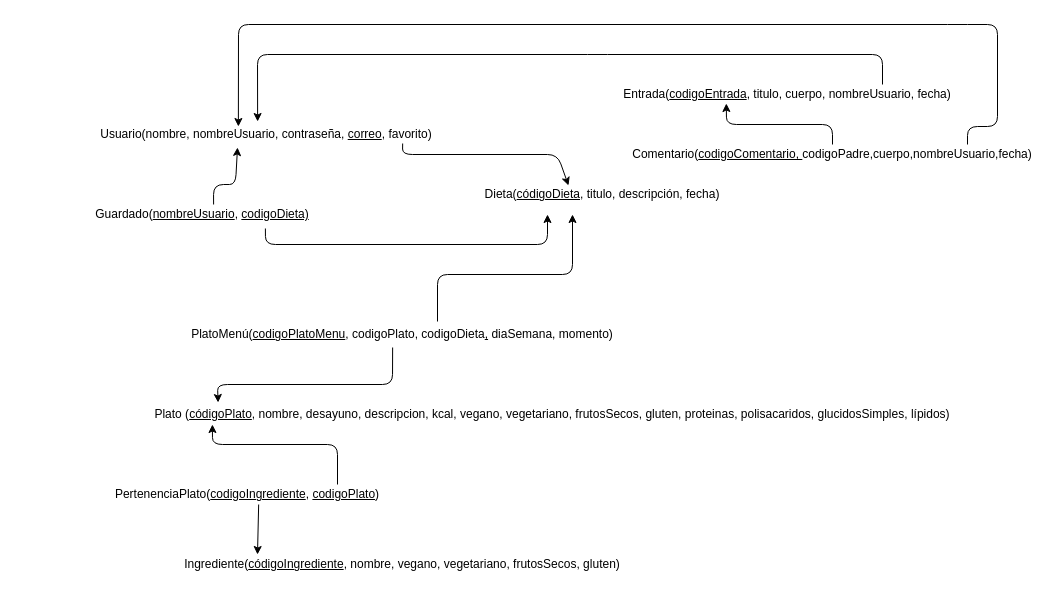
The draw.io diagram SoftwareEngineer/diagramaRelacional.drawio in HylianPablo/SSW2020, before the edit. Source tidied: cells renumbered, new cells numbered last; positions are measured from the earlier drawing's top-left corner, leaving out a move shared by most shapes. Both pictures are drawn from the tidied source at 100%, with x=0, y=0 at pixel (17, 24).
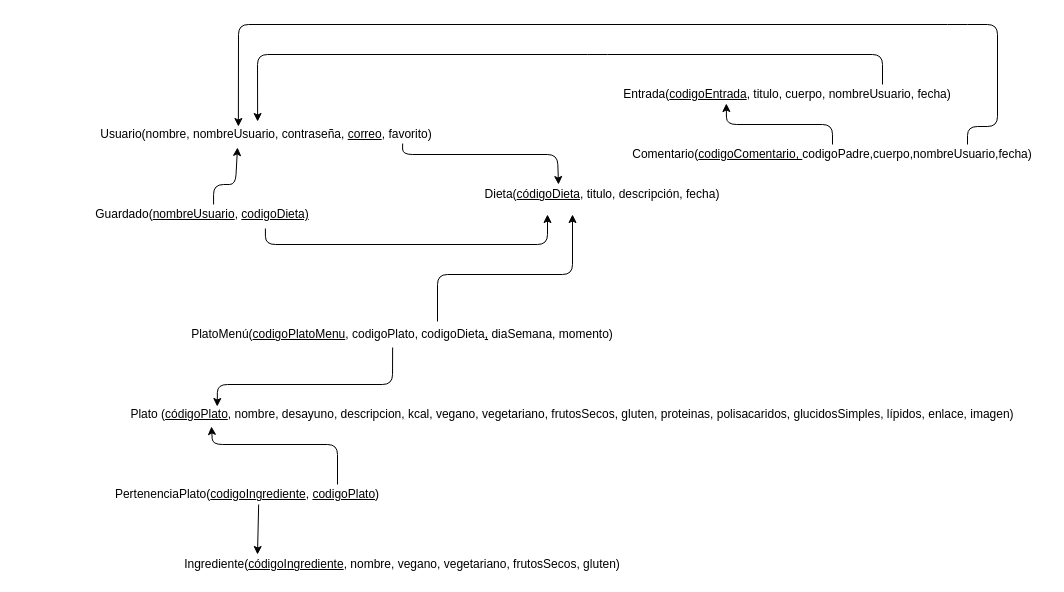
The same page after the edit.

Unchanged cells that the change refers to:
```xml
<mxCell id="2" value="Usuario(nombre, nombreUsuario, contraseña, &lt;u&gt;correo&lt;/u&gt;, favorito)" style="text;html=1;strokeColor=none;fillColor=none;align=center;verticalAlign=middle;whiteSpace=wrap;rounded=0;" parent="1" vertex="1">
  <mxGeometry x="64" y="100" width="370" height="20" as="geometry" />
</mxCell>
<mxCell id="5" value="Dieta(&lt;u&gt;códigoDieta&lt;/u&gt;, titulo, descripción, fecha)" style="text;html=1;strokeColor=none;fillColor=none;align=center;verticalAlign=middle;whiteSpace=wrap;rounded=0;" parent="1" vertex="1">
  <mxGeometry x="460" y="160" width="250" height="20" as="geometry" />
</mxCell>
<mxCell id="7" value="PertenenciaPlato(&lt;u&gt;codigoIngrediente&lt;/u&gt;, &lt;u&gt;codigoPlato&lt;/u&gt;)" style="text;html=1;strokeColor=none;fillColor=none;align=center;verticalAlign=middle;whiteSpace=wrap;rounded=0;" parent="1" vertex="1">
  <mxGeometry x="50" y="460" width="360" height="20" as="geometry" />
</mxCell>
<mxCell id="8" value="PlatoMenú(&lt;u&gt;codigoPlatoMenu&lt;/u&gt;,&amp;nbsp;codigoPlato, codigoDieta&lt;u&gt;,&lt;/u&gt;&amp;nbsp;diaSemana, momento)" style="text;html=1;strokeColor=none;fillColor=none;align=center;verticalAlign=middle;whiteSpace=wrap;rounded=0;" parent="1" vertex="1">
  <mxGeometry x="150" y="300" width="470" height="20" as="geometry" />
</mxCell>
```

Diff of the diagram source:
```diff
@@
-    <mxCell id="3" value="Plato (&lt;u&gt;códigoPlato&lt;/u&gt;, nombre, desayuno, descripcion, kcal, vegano, vegetariano, frutosSecos, gluten, proteinas, polisacaridos, glucidosSimples, lípidos)" style="text;html=1;strokeColor=none;fillColor=none;align=center;verticalAlign=middle;whiteSpace=wrap;rounded=0;" parent="1" vertex="1">
-      <mxGeometry x="60" y="380" width="950" height="20" as="geometry" />
+    <mxCell id="3" value="Plato (&lt;u&gt;códigoPlato&lt;/u&gt;, nombre, desayuno, descripcion, kcal, vegano, vegetariano, frutosSecos, gluten, proteinas, polisacaridos, glucidosSimples, lípidos, enlace, imagen)" style="text;html=1;strokeColor=none;fillColor=none;align=center;verticalAlign=middle;whiteSpace=wrap;rounded=0;" parent="1" vertex="1">
+      <mxGeometry x="80" y="380" width="950" height="20" as="geometry" />
     </mxCell>
@@
-    <mxCell id="11" style="endArrow=classic;html=1;entryX=0.148;entryY=-0.1;entryDx=0;entryDy=0;entryPerimeter=0;exitX=0.479;exitY=1.15;exitDx=0;exitDy=0;exitPerimeter=0;" parent="1" edge="1" source="8" target="3">
+    <mxCell id="11" style="endArrow=classic;html=1;entryX=0.126;entryY=0.1;entryDx=0;entryDy=0;entryPerimeter=0;exitX=0.479;exitY=1.15;exitDx=0;exitDy=0;exitPerimeter=0;" parent="1" edge="1" source="8" target="3">
       <mxGeometry relative="1" as="geometry">
         <Array as="points">
           <mxPoint x="375" y="360" />
           <mxPoint x="200" y="360" />
         </Array>
       </mxGeometry>
     </mxCell>
@@
-    <mxCell id="13" style="endArrow=classic;html=1;entryX=0.142;entryY=1;entryDx=0;entryDy=0;entryPerimeter=0;exitX=0.75;exitY=0;exitDx=0;exitDy=0;" parent="1" edge="1" source="7" target="3">
+    <mxCell id="13" style="endArrow=classic;html=1;entryX=0.12;entryY=1.1;entryDx=0;entryDy=0;entryPerimeter=0;exitX=0.75;exitY=0;exitDx=0;exitDy=0;" parent="1" edge="1" source="7" target="3">
       <mxGeometry relative="1" as="geometry">
         <Array as="points">
           <mxPoint x="320" y="420" />
           <mxPoint x="195" y="420" />
         </Array>
       </mxGeometry>
     </mxCell>
@@
-    <mxCell id="15" style="endArrow=classic;html=1;exitX=0.868;exitY=0.95;exitDx=0;exitDy=0;exitPerimeter=0;entryX=0.364;entryY=0.05;entryDx=0;entryDy=0;entryPerimeter=0;" parent="1" edge="1" source="2" target="5">
+    <mxCell id="15" style="endArrow=classic;html=1;exitX=0.868;exitY=0.95;exitDx=0;exitDy=0;exitPerimeter=0;entryX=0.324;entryY=0;entryDx=0;entryDy=0;entryPerimeter=0;" parent="1" edge="1" source="2" target="5">
       <mxGeometry relative="1" as="geometry">
         <Array as="points">
           <mxPoint x="385" y="130" />
           <mxPoint x="540" y="130" />
         </Array>
       </mxGeometry>
     </mxCell>
```
